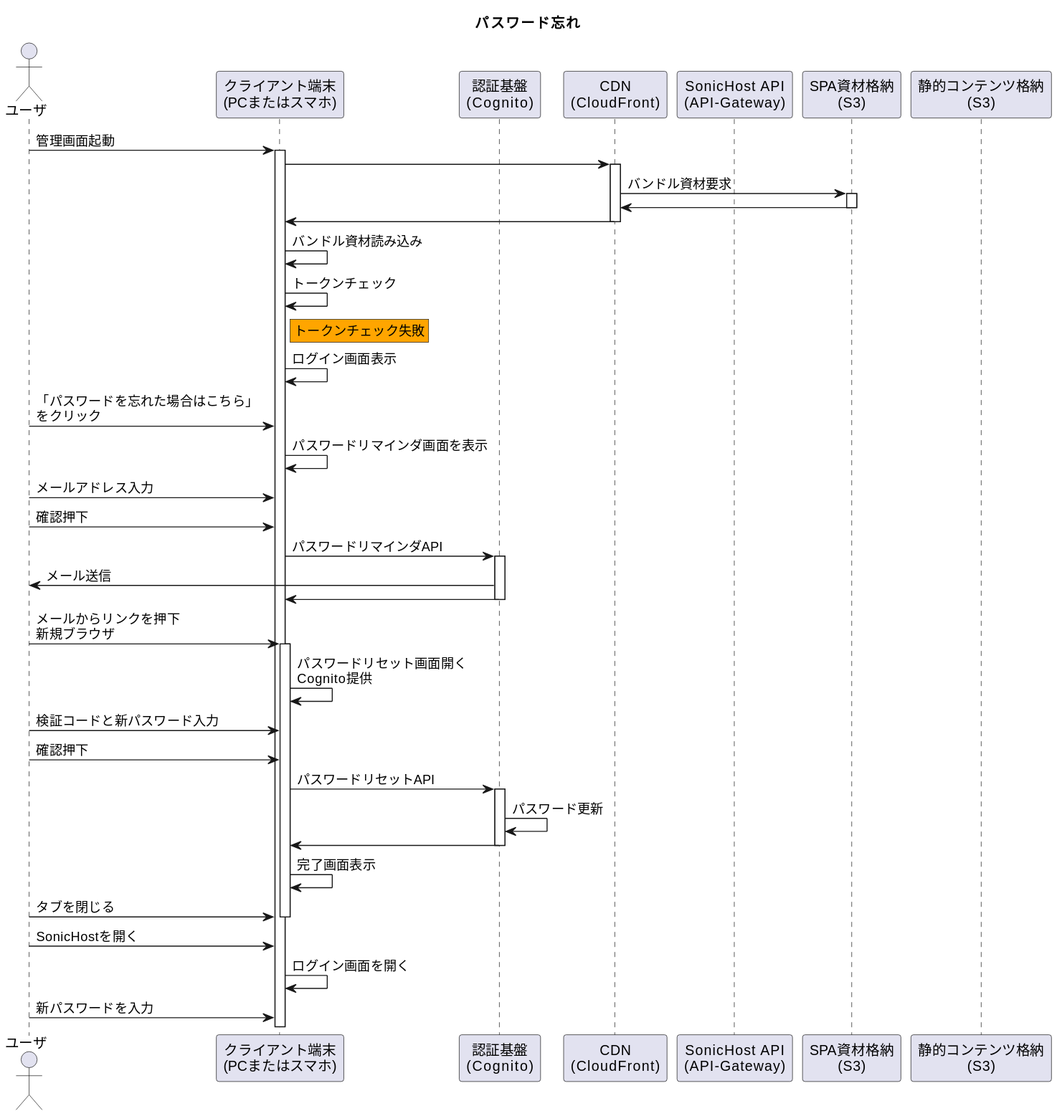
The PlantUML diagram 01_Sequences/00_Authentication/01_ForgotPassword_Flow/forgotPasswordFlow.svg in Sonic-Host/documents, before a commit. Source of this version:
```plantuml
@startuml
title パスワード忘れ


actor "ユーザ" as user
participant "クライアント端末\n(PCまたはスマホ)" as device
participant "認証基盤\n(Cognito)" as cognito
participant "CDN\n(CloudFront)" as cdn
participant "SonicHost API\n(API-Gateway)" as api
participant "SPA資材格納\n(S3)" as spa
participant "静的コンテンツ格納\n(S3)" as static

user -> device ++ : 管理画面起動
device -> cdn ++
cdn -> spa ++ : バンドル資材要求
cdn <- spa --
device <- cdn --
device ->device : バンドル資材読み込み
device -> device: トークンチェック
rnote right of device #Orange
    トークンチェック失敗
end note
device -> device : ログイン画面表示
user -> device : 「パスワードを忘れた場合はこちら」\nをクリック
device -> device : パスワードリマインダ画面を表示
user -> device : メールアドレス入力
user -> device : 確認押下
device -> cognito ++ : パスワードリマインダAPI
cognito -> user : メール送信
device <- cognito --
user -> device ++ : メールからリンクを押下\n新規ブラウザ
device -> device : パスワードリセット画面開く\nCognito提供
user -> device : 検証コードと新パスワード入力
user -> device : 確認押下
device -> cognito ++ : パスワードリセットAPI
cognito -> cognito : パスワード更新
device <- cognito --
device -> device : 完了画面表示
user -> device : タブを閉じる
deactivate device

user -> device : SonicHostを開く
device -> device : ログイン画面を開く
user -> device : 新パスワードを入力
@enduml
```
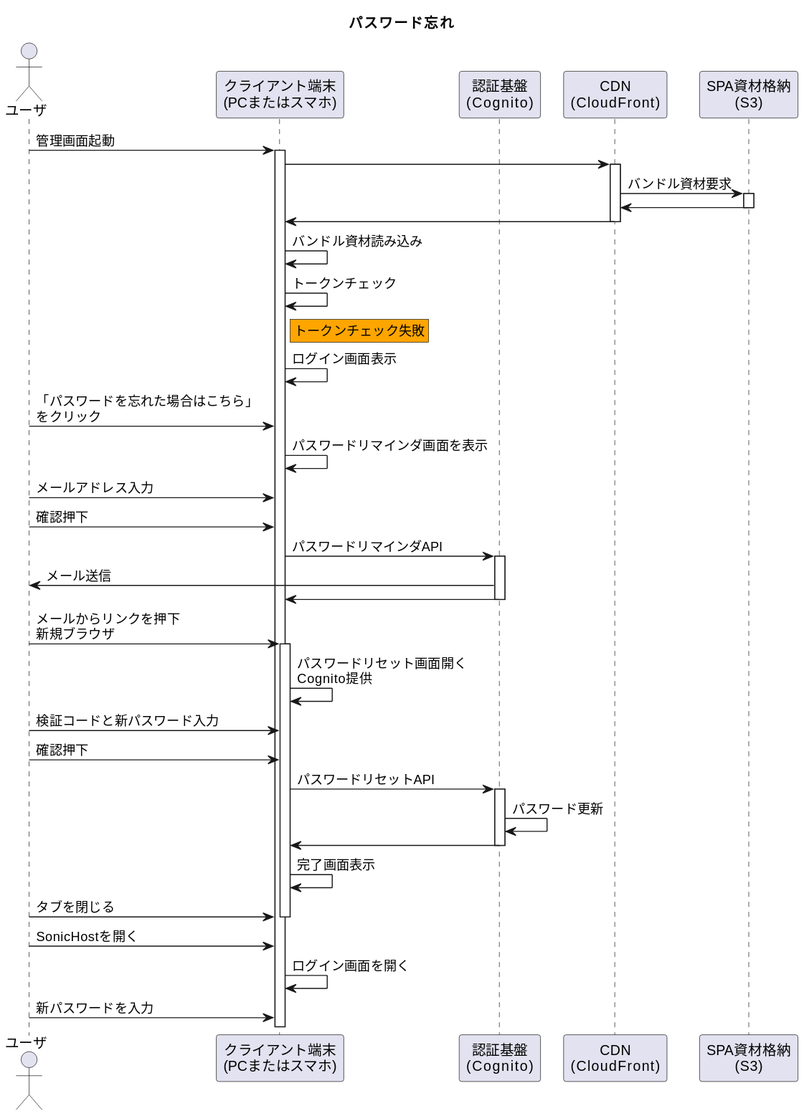
Above is the later version.

Change to the diagram source:
```diff
@@ -6,9 +6,7 @@
 participant "クライアント端末\n(PCまたはスマホ)" as device
 participant "認証基盤\n(Cognito)" as cognito
 participant "CDN\n(CloudFront)" as cdn
-participant "SonicHost API\n(API-Gateway)" as api
 participant "SPA資材格納\n(S3)" as spa
-participant "静的コンテンツ格納\n(S3)" as static
 
 user -> device ++ : 管理画面起動
 device -> cdn ++
```
